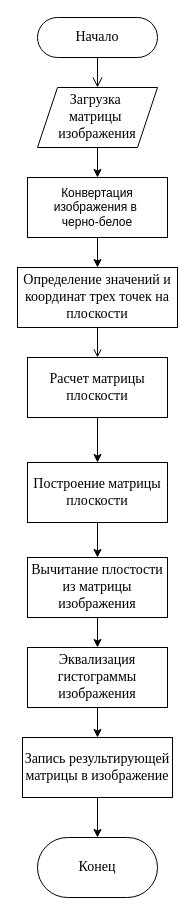
Earlier version of the draw.io diagram Three dots.drawio (aleksey-lihodievski/flow-charts). Source tidied: cells renumbered, new cells numbered last; positions are measured from the earlier drawing's top-left corner, leaving out a move shared by most shapes. Both pictures are drawn from the tidied source at 100%, with x=0, y=0 at pixel (17, 17).
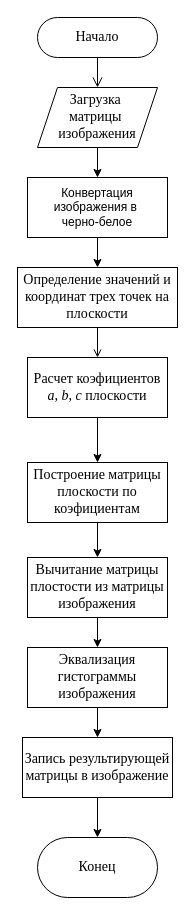
Above is the later version.

The edit, as a diff of the source:
```diff
@@
-    <mxCell id="9" value="Расчет матрицы плоскости" style="whiteSpace=wrap;html=1;fontSize=14;fontFamily=Times New Roman;rounded=0;" parent="1" vertex="1">
+    <mxCell id="9" value="Расчет коэфициентов &lt;i&gt;a&lt;/i&gt;, &lt;i&gt;b&lt;/i&gt;, &lt;i&gt;c&lt;/i&gt; плоскости" style="whiteSpace=wrap;html=1;fontSize=14;fontFamily=Times New Roman;rounded=0;" parent="1" vertex="1">
       <mxGeometry x="10" y="340" width="140" height="60" as="geometry" />
     </mxCell>
@@
-    <mxCell id="16" value="Построение матрицы плоскости" style="whiteSpace=wrap;html=1;fontSize=14;fontFamily=Times New Roman;rounded=0;" parent="1" vertex="1">
+    <mxCell id="16" value="Построение матрицы плоскости по коэфициентам" style="whiteSpace=wrap;html=1;fontSize=14;fontFamily=Times New Roman;rounded=0;" parent="1" vertex="1">
       <mxGeometry x="10" y="445" width="140" height="60" as="geometry" />
     </mxCell>
@@
-    <mxCell id="18" value="Вычитание плостости из матрицы изображения" style="whiteSpace=wrap;html=1;fontSize=14;fontFamily=Times New Roman;rounded=0;" parent="1" vertex="1">
+    <mxCell id="18" value="Вычитание матрицы плостости из матрицы изображения" style="whiteSpace=wrap;html=1;fontSize=14;fontFamily=Times New Roman;rounded=0;" parent="1" vertex="1">
       <mxGeometry x="10" y="540" width="140" height="60" as="geometry" />
     </mxCell>
```
